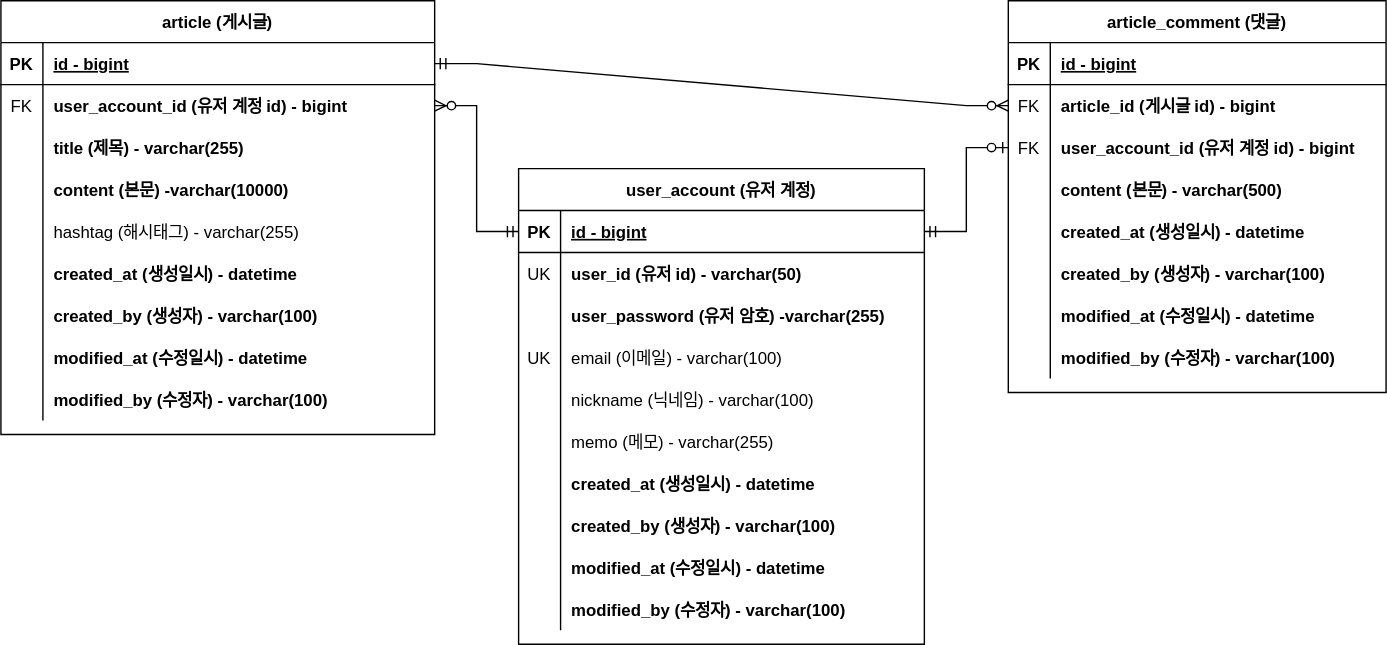
Before: board/docs/board-erd.svg, a diagram exported from draw.io (haerong22/Study). Source tidied: cells renumbered, new cells last; positions are measured from the earlier drawing's top-left corner, leaving out a move shared by most shapes.
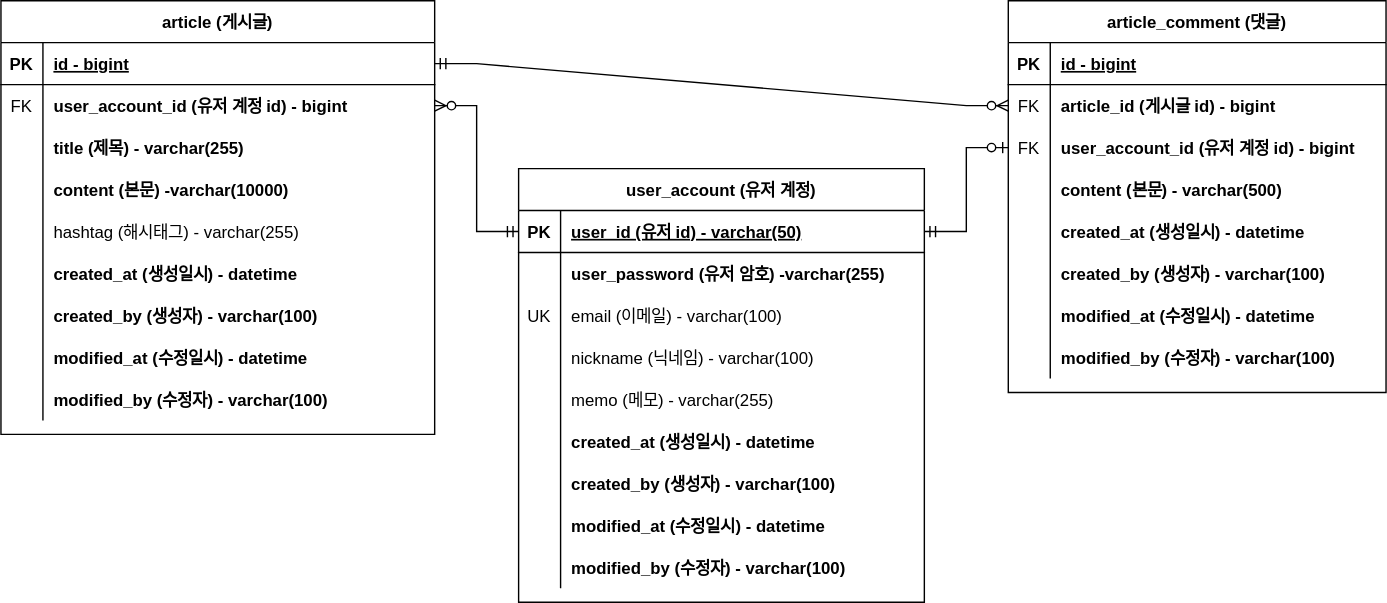
The same diagram one commit later.

Commit message:
#16 board : change entity, erd

Change to the diagram source:
```diff
@@ -165,7 +165,7 @@
       <mxGeometry relative="1" as="geometry" />
     </mxCell>
     <mxCell id="56" value="user_account (유저 계정)" style="shape=table;startSize=30;rowLines=0;fontStyle=1;align=center;" parent="1" vertex="1">
-      <mxGeometry x="370" y="120" width="290" height="340" as="geometry" />
+      <mxGeometry x="370" y="120" width="290" height="310" as="geometry" />
     </mxCell>
     <mxCell id="57" style="shape=partialRectangle;fillColor=none;points=[[0,0.5],[1,0.5]];portConstraint=eastwest;top=0;left=0;right=0;bottom=1;" parent="56" vertex="1">
       <mxGeometry y="30" width="290" height="30" as="geometry" />
@@ -173,20 +173,11 @@
     <mxCell id="58" value="PK" style="shape=partialRectangle;overflow=hidden;fillColor=none;top=0;left=0;bottom=0;right=0;fontStyle=1;" parent="57" vertex="1">
       <mxGeometry width="30" height="30" as="geometry" />
     </mxCell>
-    <mxCell id="59" value="id - bigint" style="shape=partialRectangle;overflow=hidden;fillColor=none;top=0;left=0;bottom=0;right=0;align=left;spacingLeft=6;fontStyle=5;" parent="57" vertex="1">
+    <mxCell id="59" value="user_id (유저 id) - varchar(50)" style="shape=partialRectangle;overflow=hidden;fillColor=none;top=0;left=0;bottom=0;right=0;align=left;spacingLeft=6;fontStyle=5;" parent="57" vertex="1">
       <mxGeometry x="30" width="260" height="30" as="geometry" />
     </mxCell>
-    <mxCell id="60" style="shape=partialRectangle;fillColor=none;top=0;left=0;right=0;bottom=0;" parent="56" vertex="1">
-      <mxGeometry y="60" width="290" height="30" as="geometry" />
-    </mxCell>
-    <mxCell id="61" value="UK" style="shape=partialRectangle;overflow=hidden;fillColor=none;top=0;left=0;bottom=0;right=0;" parent="60" vertex="1">
-      <mxGeometry width="30" height="30" as="geometry" />
-    </mxCell>
-    <mxCell id="62" value="user_id (유저 id) - varchar(50)" style="shape=partialRectangle;overflow=hidden;fillColor=none;top=0;left=0;bottom=0;right=0;align=left;spacingLeft=6;fontStyle=1;" parent="60" vertex="1">
-      <mxGeometry x="30" width="260" height="30" as="geometry" />
-    </mxCell>
     <mxCell id="63" style="shape=partialRectangle;fillColor=none;top=0;left=0;right=0;bottom=0;" parent="56" vertex="1">
-      <mxGeometry y="90" width="290" height="30" as="geometry" />
+      <mxGeometry y="60" width="290" height="30" as="geometry" />
     </mxCell>
     <mxCell id="64" style="shape=partialRectangle;overflow=hidden;fillColor=none;top=0;left=0;bottom=0;right=0;" parent="63" vertex="1">
       <mxGeometry width="30" height="30" as="geometry" />
@@ -195,7 +186,7 @@
       <mxGeometry x="30" width="260" height="30" as="geometry" />
     </mxCell>
     <mxCell id="66" style="shape=partialRectangle;fillColor=none;top=0;left=0;right=0;bottom=0;" parent="56" vertex="1">
-      <mxGeometry y="120" width="290" height="30" as="geometry" />
+      <mxGeometry y="90" width="290" height="30" as="geometry" />
     </mxCell>
     <mxCell id="67" value="UK" style="shape=partialRectangle;overflow=hidden;fillColor=none;top=0;left=0;bottom=0;right=0;" parent="66" vertex="1">
       <mxGeometry width="30" height="30" as="geometry" />
@@ -204,7 +195,7 @@
       <mxGeometry x="30" width="260" height="30" as="geometry" />
     </mxCell>
     <mxCell id="69" style="shape=partialRectangle;fillColor=none;top=0;left=0;right=0;bottom=0;" parent="56" vertex="1">
-      <mxGeometry y="150" width="290" height="30" as="geometry" />
+      <mxGeometry y="120" width="290" height="30" as="geometry" />
     </mxCell>
     <mxCell id="70" style="shape=partialRectangle;overflow=hidden;fillColor=none;top=0;left=0;bottom=0;right=0;" parent="69" vertex="1">
       <mxGeometry width="30" height="30" as="geometry" />
@@ -213,7 +204,7 @@
       <mxGeometry x="30" width="260" height="30" as="geometry" />
     </mxCell>
     <mxCell id="72" style="shape=partialRectangle;fillColor=none;top=0;left=0;right=0;bottom=0;" parent="56" vertex="1">
-      <mxGeometry y="180" width="290" height="30" as="geometry" />
+      <mxGeometry y="150" width="290" height="30" as="geometry" />
     </mxCell>
     <mxCell id="73" style="shape=partialRectangle;overflow=hidden;fillColor=none;top=0;left=0;bottom=0;right=0;" parent="72" vertex="1">
       <mxGeometry width="30" height="30" as="geometry" />
@@ -222,7 +213,7 @@
       <mxGeometry x="30" width="260" height="30" as="geometry" />
     </mxCell>
     <mxCell id="75" style="shape=partialRectangle;fillColor=none;top=0;left=0;right=0;bottom=0;" parent="56" vertex="1">
-      <mxGeometry y="210" width="290" height="30" as="geometry" />
+      <mxGeometry y="180" width="290" height="30" as="geometry" />
     </mxCell>
     <mxCell id="76" style="shape=partialRectangle;overflow=hidden;fillColor=none;top=0;left=0;bottom=0;right=0;" parent="75" vertex="1">
       <mxGeometry width="30" height="30" as="geometry" />
@@ -231,7 +222,7 @@
       <mxGeometry x="30" width="260" height="30" as="geometry" />
     </mxCell>
     <mxCell id="78" style="shape=partialRectangle;fillColor=none;top=0;left=0;right=0;bottom=0;" parent="56" vertex="1">
-      <mxGeometry y="240" width="290" height="30" as="geometry" />
+      <mxGeometry y="210" width="290" height="30" as="geometry" />
     </mxCell>
     <mxCell id="79" style="shape=partialRectangle;overflow=hidden;fillColor=none;top=0;left=0;bottom=0;right=0;" parent="78" vertex="1">
       <mxGeometry width="30" height="30" as="geometry" />
@@ -240,7 +231,7 @@
       <mxGeometry x="30" width="260" height="30" as="geometry" />
     </mxCell>
     <mxCell id="81" style="shape=partialRectangle;fillColor=none;top=0;left=0;right=0;bottom=0;" parent="56" vertex="1">
-      <mxGeometry y="270" width="290" height="30" as="geometry" />
+      <mxGeometry y="240" width="290" height="30" as="geometry" />
     </mxCell>
     <mxCell id="82" style="shape=partialRectangle;overflow=hidden;fillColor=none;top=0;left=0;bottom=0;right=0;" parent="81" vertex="1">
       <mxGeometry width="30" height="30" as="geometry" />
@@ -249,7 +240,7 @@
       <mxGeometry x="30" width="260" height="30" as="geometry" />
     </mxCell>
     <mxCell id="84" style="shape=partialRectangle;fillColor=none;top=0;left=0;right=0;bottom=0;" parent="56" vertex="1">
-      <mxGeometry y="300" width="290" height="30" as="geometry" />
+      <mxGeometry y="270" width="290" height="30" as="geometry" />
     </mxCell>
     <mxCell id="85" style="shape=partialRectangle;overflow=hidden;fillColor=none;top=0;left=0;bottom=0;right=0;" parent="84" vertex="1">
       <mxGeometry width="30" height="30" as="geometry" />
```
